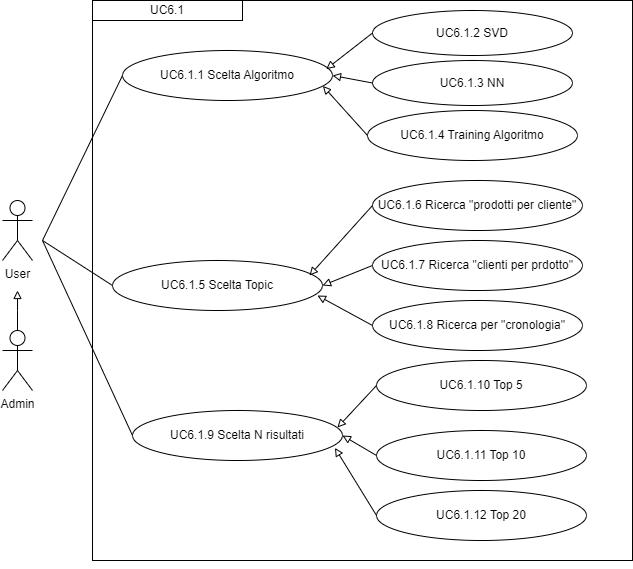
This is imgs/Uml/UC6.1app.png from ShameIRL/farmacode, a draw.io export, as it was before one commit. Source tidied: cells renumbered, new cells last; positions are measured from the earlier drawing's top-left corner, leaving out a move shared by most shapes.
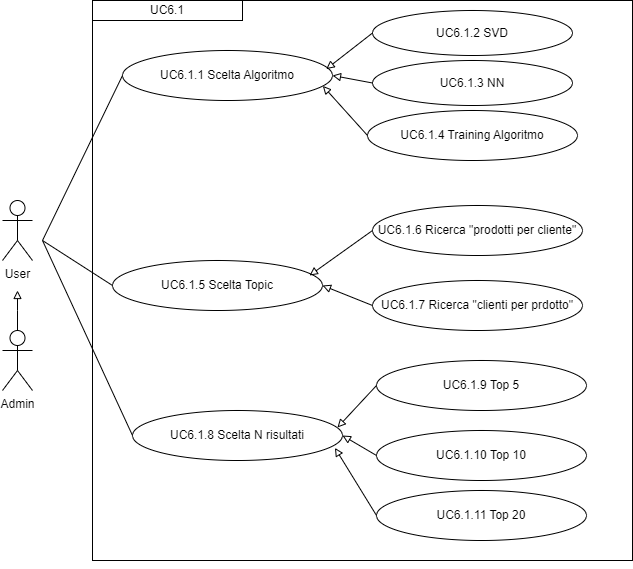
Later version of the same file.

What changed in the source:
```diff
@@ -32,17 +32,11 @@
       </mxGeometry>
     </mxCell>
     <mxCell id="9" value="UC6.1.6 Ricerca &quot;prodotti per cliente&quot;" style="ellipse;whiteSpace=wrap;html=1;" parent="1" vertex="1">
-      <mxGeometry x="370" y="180" width="210" height="50" as="geometry" />
+      <mxGeometry x="370" y="205" width="210" height="50" as="geometry" />
     </mxCell>
     <mxCell id="10" value="UC6.1.7 Ricerca &quot;clienti per prdotto&quot;" style="ellipse;whiteSpace=wrap;html=1;" parent="1" vertex="1">
-      <mxGeometry x="370" y="240" width="210" height="50" as="geometry" />
+      <mxGeometry x="370" y="280" width="210" height="50" as="geometry" />
     </mxCell>
-    <mxCell id="11" value="UC6.1.8 Ricerca per &quot;cronologia&quot;" style="ellipse;whiteSpace=wrap;html=1;" parent="1" vertex="1">
-      <mxGeometry x="370" y="300" width="210" height="50" as="geometry" />
-    </mxCell>
-    <mxCell id="12" style="endArrow=block;html=1;rounded=0;entryX=0.976;entryY=0.7;entryDx=0;entryDy=0;entryPerimeter=0;exitX=0;exitY=0.5;exitDx=0;exitDy=0;endFill=0;" parent="1" edge="1" source="11" target="7">
-      <mxGeometry relative="1" as="geometry" />
-    </mxCell>
     <mxCell id="13" style="endArrow=block;html=1;rounded=0;entryX=1;entryY=0.5;entryDx=0;entryDy=0;exitX=0;exitY=0.5;exitDx=0;exitDy=0;endFill=0;" parent="1" edge="1" source="10" target="7">
       <mxGeometry relative="1" as="geometry" />
     </mxCell>
@@ -52,7 +46,7 @@
     <mxCell id="15" style="edgeStyle=orthogonalEdgeStyle;rounded=0;orthogonalLoop=1;jettySize=auto;html=1;exitX=0.5;exitY=1;exitDx=0;exitDy=0;" parent="1" edge="1" source="5" target="5">
       <mxGeometry relative="1" as="geometry" />
     </mxCell>
-    <mxCell id="16" value="UC6.1.9 Scelta N risultati" style="ellipse;whiteSpace=wrap;html=1;" parent="1" vertex="1">
+    <mxCell id="16" value="UC6.1.8 Scelta N risultati" style="ellipse;whiteSpace=wrap;html=1;" parent="1" vertex="1">
       <mxGeometry x="130" y="410" width="210" height="50" as="geometry" />
     </mxCell>
     <mxCell id="17" style="endArrow=none;html=1;rounded=0;entryX=0;entryY=0.5;entryDx=0;entryDy=0;" parent="1" edge="1" target="16">
@@ -60,10 +54,10 @@
         <mxPoint x="40" y="240" as="sourcePoint" />
       </mxGeometry>
     </mxCell>
-    <mxCell id="18" value="UC6.1.10 Top 5" style="ellipse;whiteSpace=wrap;html=1;" parent="1" vertex="1">
+    <mxCell id="18" value="UC6.1.9 Top 5" style="ellipse;whiteSpace=wrap;html=1;" parent="1" vertex="1">
       <mxGeometry x="374" y="360" width="210" height="50" as="geometry" />
     </mxCell>
-    <mxCell id="19" value="UC6.1.11 Top 10" style="ellipse;whiteSpace=wrap;html=1;" parent="1" vertex="1">
+    <mxCell id="19" value="UC6.1.10 Top 10" style="ellipse;whiteSpace=wrap;html=1;" parent="1" vertex="1">
       <mxGeometry x="374" y="430" width="210" height="50" as="geometry" />
     </mxCell>
     <mxCell id="20" style="endArrow=block;html=1;rounded=0;entryX=1;entryY=0.5;entryDx=0;entryDy=0;exitX=0;exitY=0.5;exitDx=0;exitDy=0;endFill=0;" parent="1" edge="1" source="19" target="16">
@@ -92,7 +86,7 @@
     <mxCell id="27" style="endArrow=block;html=1;rounded=0;entryX=1;entryY=0.5;entryDx=0;entryDy=0;exitX=0;exitY=0.5;exitDx=0;exitDy=0;endFill=0;" parent="1" edge="1" source="25" target="22">
       <mxGeometry relative="1" as="geometry" />
     </mxCell>
-    <mxCell id="28" value="UC6.1.12 Top 20" style="ellipse;whiteSpace=wrap;html=1;" parent="1" vertex="1">
+    <mxCell id="28" value="UC6.1.11 Top 20" style="ellipse;whiteSpace=wrap;html=1;" parent="1" vertex="1">
       <mxGeometry x="374" y="490" width="210" height="50" as="geometry" />
     </mxCell>
     <mxCell id="29" style="endArrow=block;html=1;rounded=0;entryX=0.964;entryY=0.748;entryDx=0;entryDy=0;exitX=0;exitY=0.5;exitDx=0;exitDy=0;endFill=0;entryPerimeter=0;" parent="1" edge="1" source="28" target="16">
```
